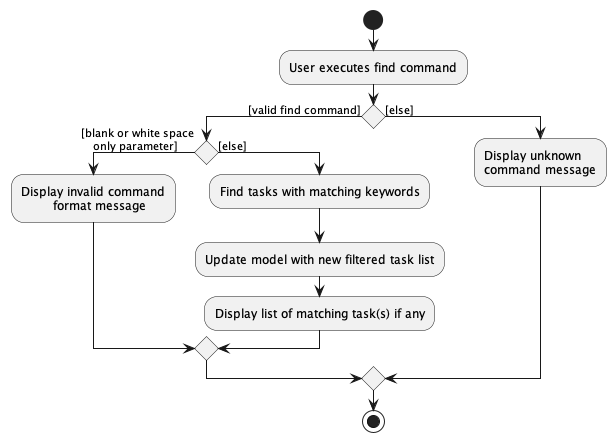
This is docs/images/DG-images/FindActivityDiagram.png from nus-cs2103-AY2223S1/tp, a PlantUML export, as it was before one commit. Its source is kept beside it as docs/diagrams/FindActivityDiagram.puml.
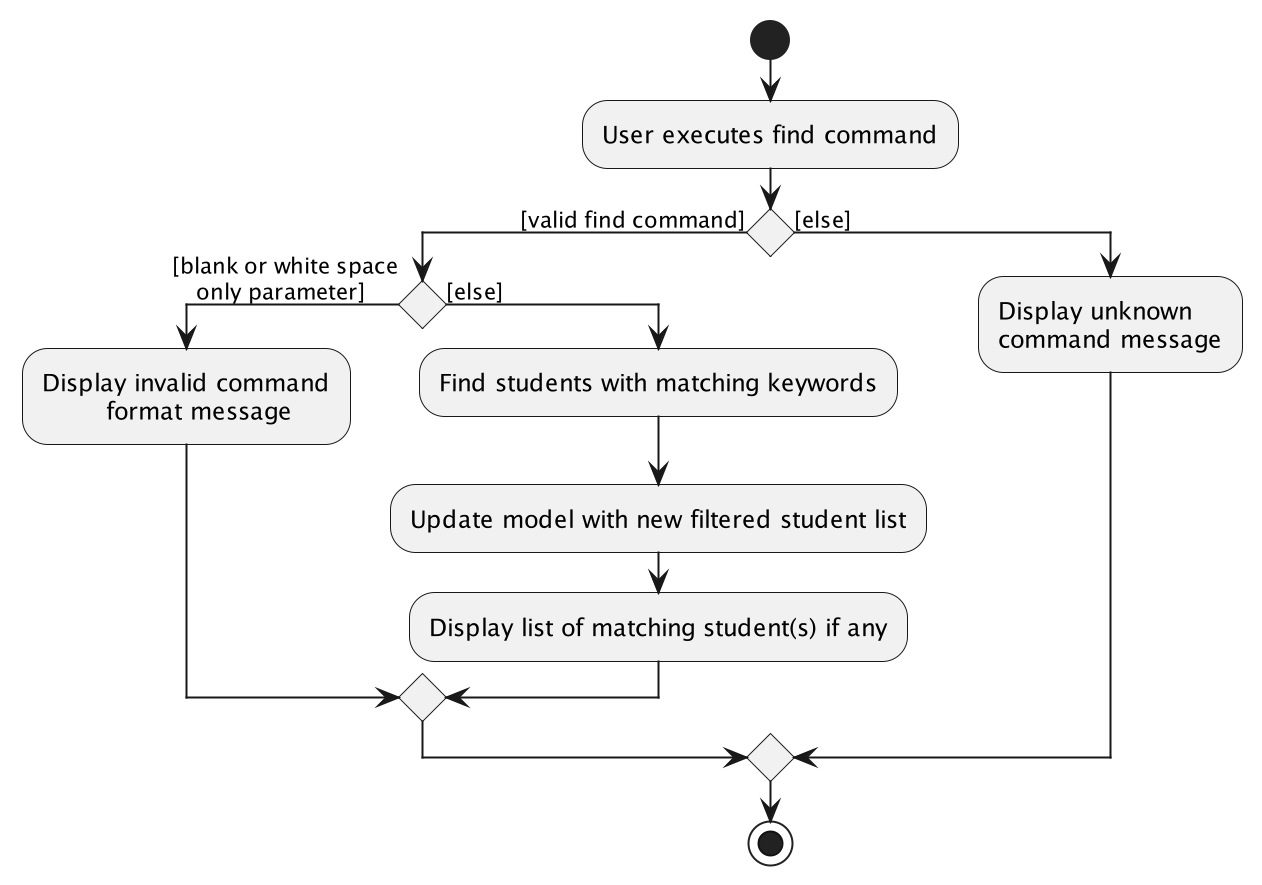
After the change.

Commit message:
Update Find-by DG activity diagrams

What changed in the source:
```diff
@@ -10,9 +10,9 @@
                 format message;
 
         else ([else])
-          :Find tasks with matching keywords;
-            :Update model with new filtered task list;
-            :Display list of matching task(s) if any;
+          :Find students with matching keywords;
+            :Update model with new filtered student list;
+            :Display list of matching student(s) if any;
         endif
 
 else ([else])
```
